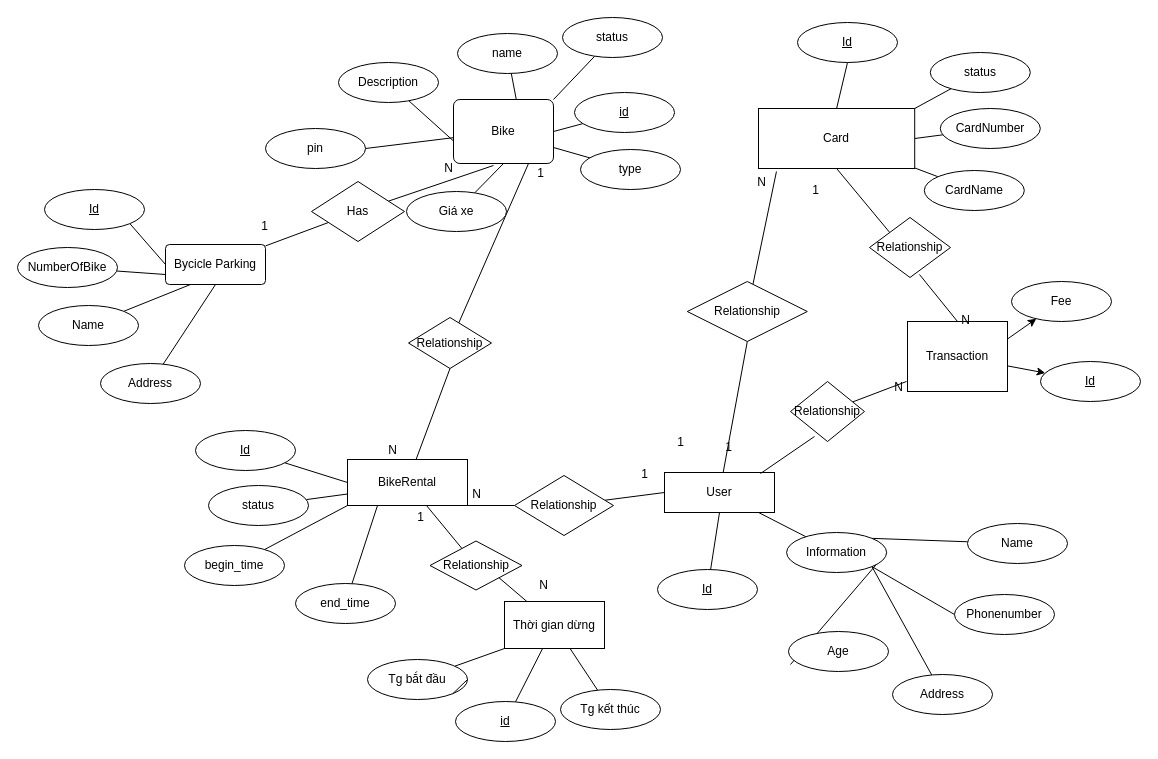
The draw.io diagram DetailedDesign/DataModeling/E_R diagram.drawio in meogau/QuanLyThueXe, before the edit. Source tidied: cells renumbered, new cells numbered last; positions are measured from the earlier drawing's top-left corner, leaving out a move shared by most shapes. Both pictures are drawn from the tidied source at 100%, with x=0, y=0 at pixel (17, 17).
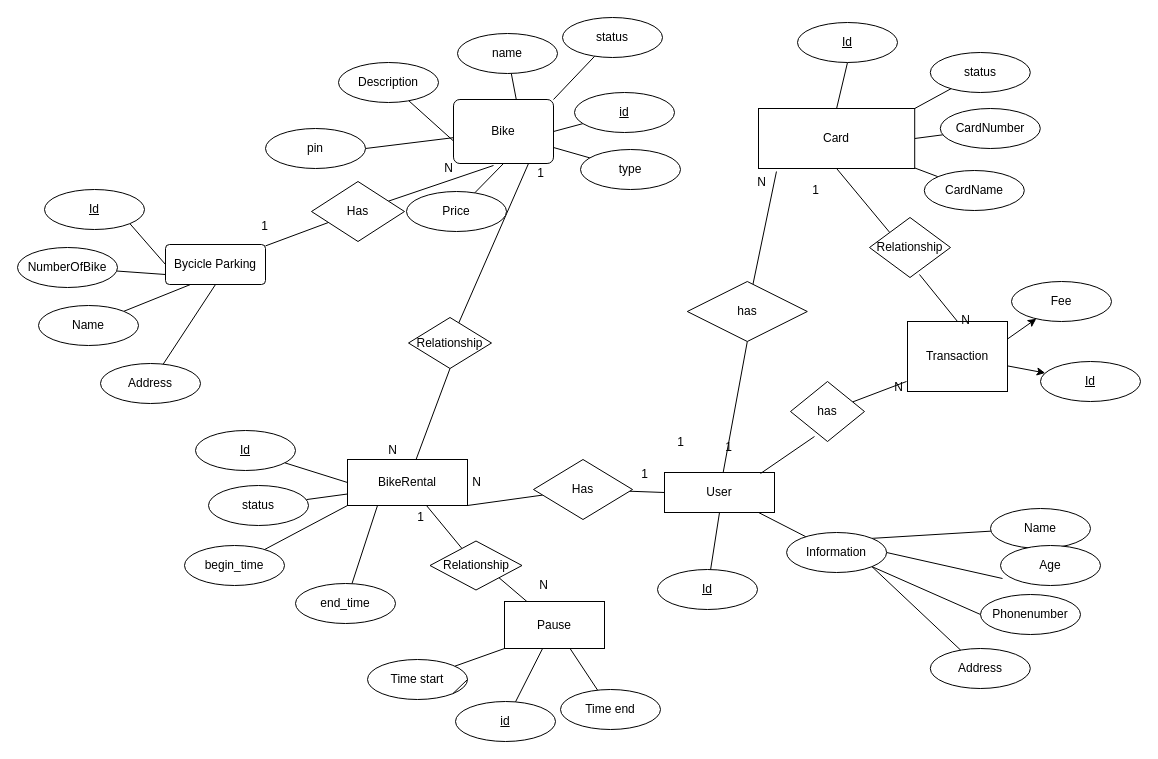
Above is the later version.

The edit, as a diff of the source:
```diff
@@
     <mxCell id="8" value="Name" style="ellipse;whiteSpace=wrap;html=1;align=center;" parent="1" vertex="1">
-      <mxGeometry x="950" y="506" width="100" height="40" as="geometry" />
+      <mxGeometry x="973" y="491" width="100" height="40" as="geometry" />
     </mxCell>
     <mxCell id="9" value="Age" style="ellipse;whiteSpace=wrap;html=1;align=center;" parent="1" vertex="1">
-      <mxGeometry x="771" y="614" width="100" height="40" as="geometry" />
+      <mxGeometry x="983" y="528" width="100" height="40" as="geometry" />
     </mxCell>
     <mxCell id="10" value="Phonenumber" style="ellipse;whiteSpace=wrap;html=1;align=center;" parent="1" vertex="1">
-      <mxGeometry x="937" y="577" width="100" height="40" as="geometry" />
+      <mxGeometry x="963" y="577" width="100" height="40" as="geometry" />
     </mxCell>
     <mxCell id="11" value="Address" style="ellipse;whiteSpace=wrap;html=1;align=center;" parent="1" vertex="1">
-      <mxGeometry x="875" y="657" width="100" height="40" as="geometry" />
+      <mxGeometry x="912.8" y="631" width="100" height="40" as="geometry" />
     </mxCell>
@@
-    <mxCell id="66" value="Relationship" style="shape=rhombus;perimeter=rhombusPerimeter;whiteSpace=wrap;html=1;align=center;" parent="1" vertex="1">
-      <mxGeometry x="497" y="458" width="99" height="60" as="geometry" />
+    <mxCell id="66" value="Has" style="shape=rhombus;perimeter=rhombusPerimeter;whiteSpace=wrap;html=1;align=center;" parent="1" vertex="1">
+      <mxGeometry x="516" y="442" width="99" height="60" as="geometry" />
     </mxCell>
@@
-    <mxCell id="74" value="Relationship" style="shape=rhombus;perimeter=rhombusPerimeter;whiteSpace=wrap;html=1;align=center;fontSize=12;" parent="1" vertex="1">
+    <mxCell id="74" value="has" style="shape=rhombus;perimeter=rhombusPerimeter;whiteSpace=wrap;html=1;align=center;fontSize=12;" parent="1" vertex="1">
       <mxGeometry x="773" y="364" width="74" height="60" as="geometry" />
     </mxCell>
@@
     <mxCell id="80" value="N" style="text;html=1;align=center;verticalAlign=middle;fontSize=12;" parent="1" vertex="1">
-      <mxGeometry x="449" y="468" width="19" height="18" as="geometry" />
+      <mxGeometry x="449" y="456" width="19" height="18" as="geometry" />
     </mxCell>
@@
-    <mxCell id="89" value="Relationship" style="shape=rhombus;perimeter=rhombusPerimeter;whiteSpace=wrap;html=1;align=center;fontSize=12;" parent="1" vertex="1">
+    <mxCell id="89" value="has" style="shape=rhombus;perimeter=rhombusPerimeter;whiteSpace=wrap;html=1;align=center;fontSize=12;" parent="1" vertex="1">
       <mxGeometry x="669.8" y="264" width="120" height="60" as="geometry" />
     </mxCell>
@@
-    <mxCell id="93" value="Giá xe" style="ellipse;whiteSpace=wrap;html=1;align=center;fontSize=12;" parent="1" vertex="1">
+    <mxCell id="93" value="Price" style="ellipse;whiteSpace=wrap;html=1;align=center;fontSize=12;" parent="1" vertex="1">
       <mxGeometry x="389" y="174" width="100" height="40" as="geometry" />
     </mxCell>
@@
-    <mxCell id="99" value="Thời gian dừng" style="whiteSpace=wrap;html=1;align=center;" parent="1" vertex="1">
+    <mxCell id="99" value="Pause" style="whiteSpace=wrap;html=1;align=center;" parent="1" vertex="1">
       <mxGeometry x="487" y="584" width="100" height="47" as="geometry" />
     </mxCell>
@@
-    <mxCell id="102" value="Tg bắt đầu" style="ellipse;whiteSpace=wrap;html=1;align=center;" parent="1" vertex="1">
+    <mxCell id="102" value="Time start" style="ellipse;whiteSpace=wrap;html=1;align=center;" parent="1" vertex="1">
       <mxGeometry x="350" y="642" width="100" height="40" as="geometry" />
     </mxCell>
@@
-    <mxCell id="104" value="Tg kết thúc" style="ellipse;whiteSpace=wrap;html=1;align=center;" parent="1" vertex="1">
+    <mxCell id="104" value="Time end" style="ellipse;whiteSpace=wrap;html=1;align=center;" parent="1" vertex="1">
       <mxGeometry x="543" y="672" width="100" height="40" as="geometry" />
     </mxCell>
```
